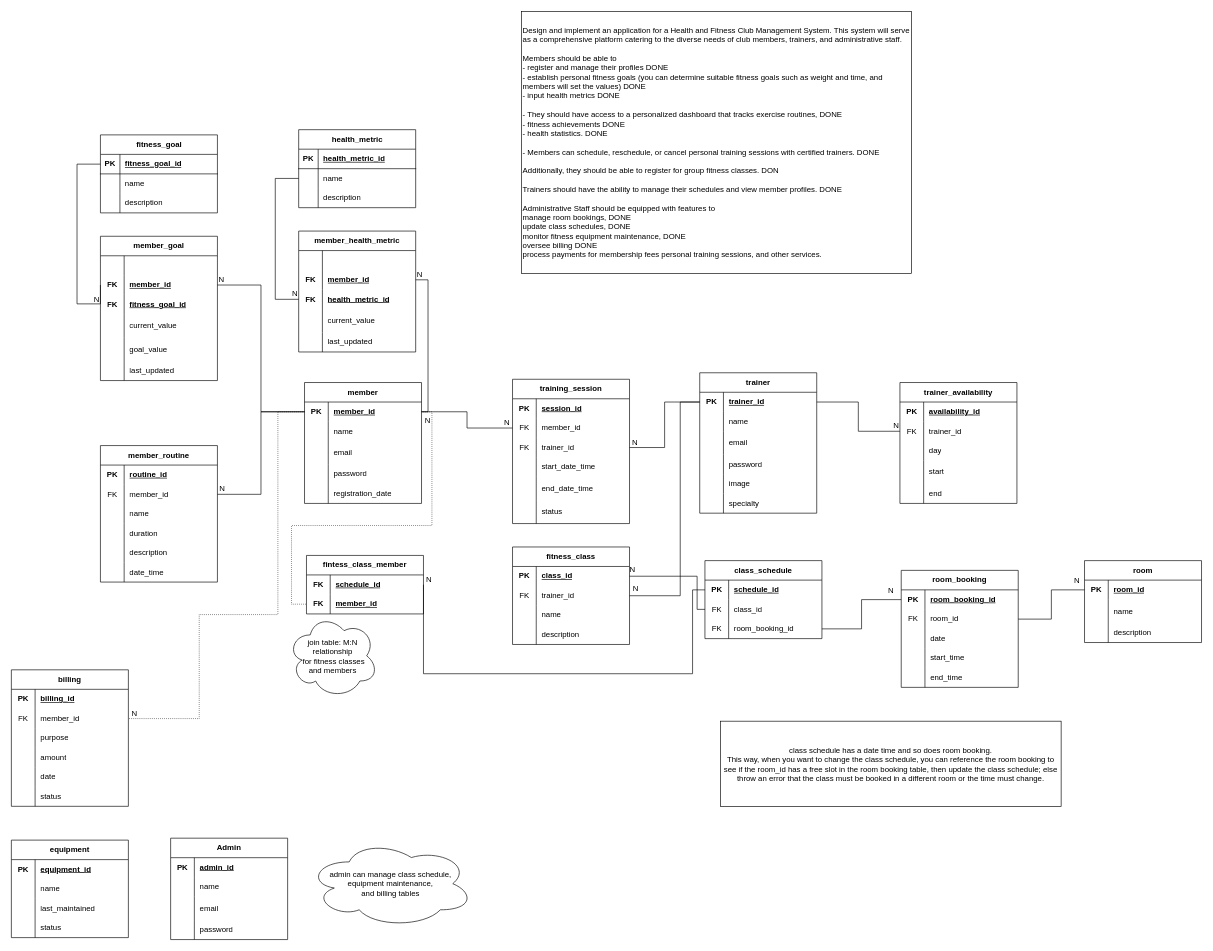
This is docs/database_schema.drawio from awallace77/3005_final, a draw.io file, before an edit. Source tidied: cells renumbered, new cells numbered last; positions are measured from the earlier drawing's top-left corner, leaving out a move shared by most shapes. Both pictures are drawn from the tidied source at 65%, with x=0, y=0 at pixel (11, 11).
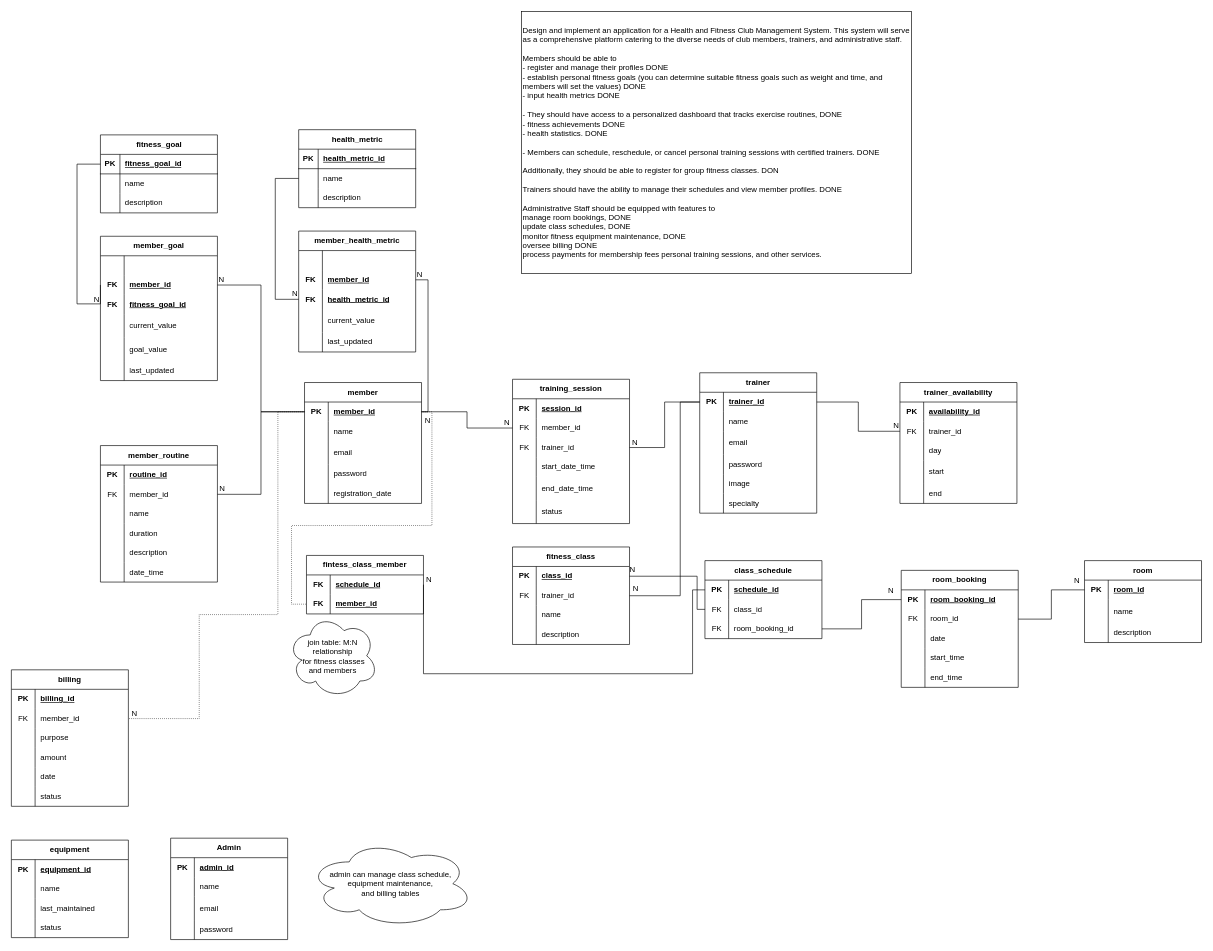
Above is the later version.

Commit message (it also covers changes not shown here):
Folder structure cleanup

Change to the diagram source:
```diff
@@
-    <mxCell id="220" value="class schedule has a date time and so does room booking.&lt;br style=&quot;border-color: var(--border-color);&quot;&gt;This way, when you want to change the class schedule, you can reference the room booking to see if the room_id has a free slot in the room booking table, then update the class schedule; else throw an error that the class must be booked in a different room or the time must change." style="whiteSpace=wrap;html=1;align=center;" parent="1" vertex="1">
-      <mxGeometry x="1091" y="1092" width="524" height="131" as="geometry" />
-    </mxCell>
```
